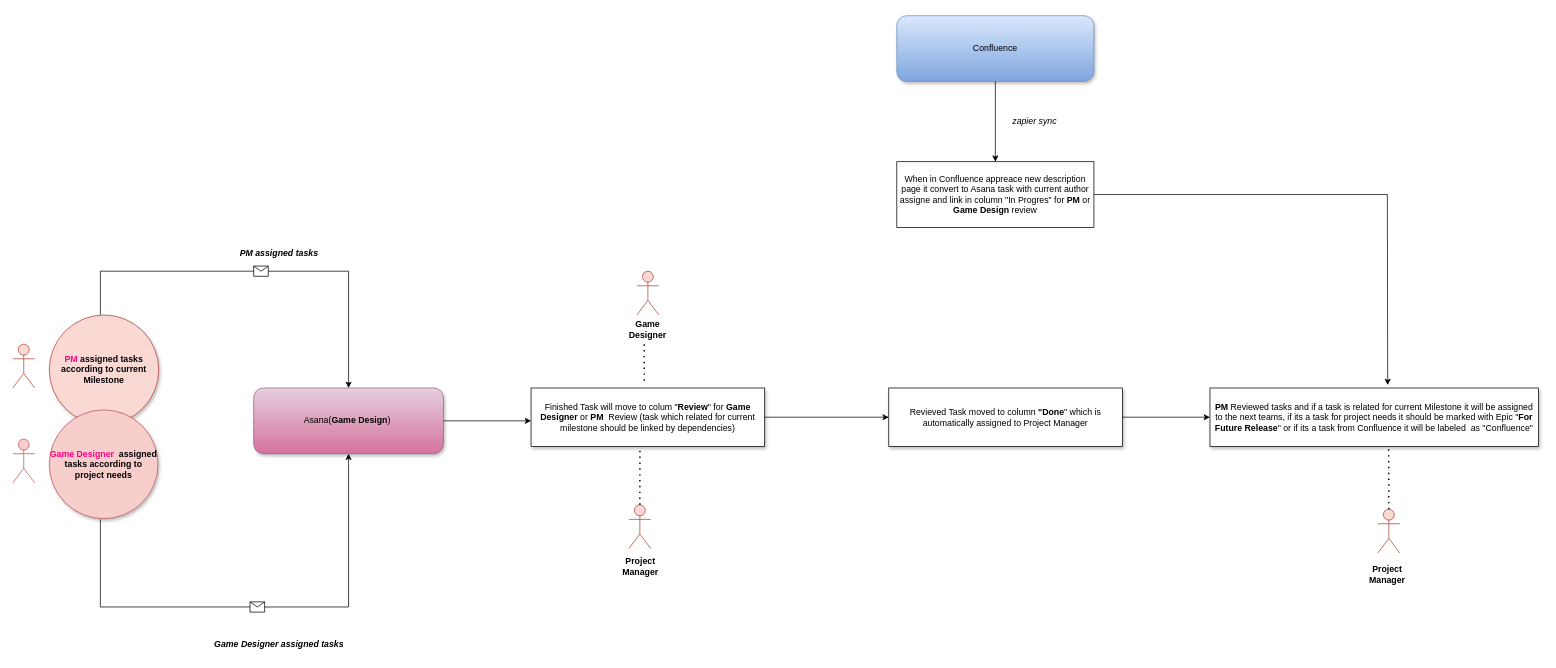
Before: Translation board Diagram.drawio in annastazi09/blog, a draw.io diagram. Source tidied: cells renumbered, new cells numbered last; positions are measured from the earlier drawing's top-left corner, leaving out a move shared by most shapes. Both pictures are drawn from the tidied source at 73%, with x=0, y=0 at pixel (12, 15).
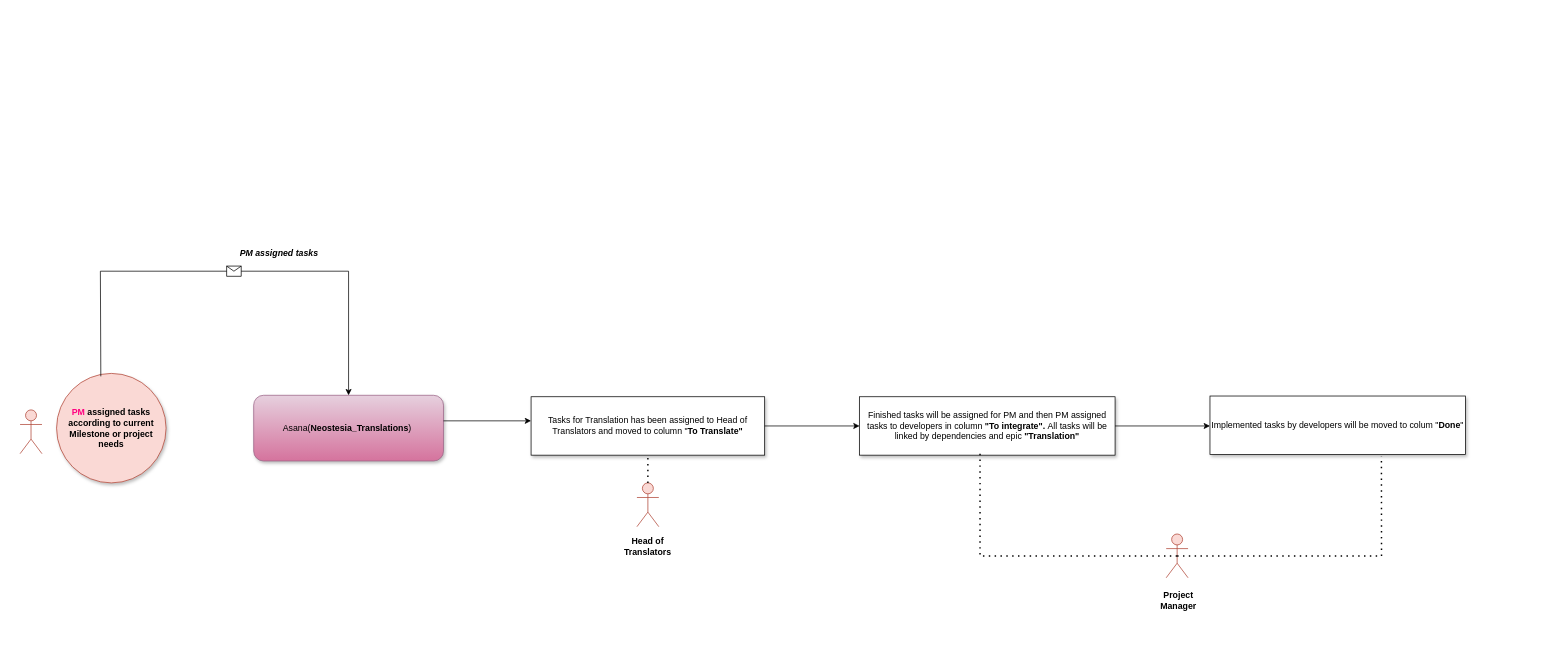
The same page after the edit.

The edit, as a diff of the source:
```diff
@@
-    <mxCell id="2" value="Asana(&lt;b&gt;Game Design&lt;/b&gt;)&amp;nbsp;" style="rounded=1;whiteSpace=wrap;html=1;fillColor=#e6d0de;strokeColor=#996185;shadow=1;gradientColor=#d5739d;" parent="1" vertex="1">
-      <mxGeometry x="330" y="510" width="260" height="90" as="geometry" />
+    <mxCell id="2" value="Asana(&lt;b&gt;Neostesia_Translations&lt;/b&gt;)&amp;nbsp;" style="rounded=1;whiteSpace=wrap;html=1;fillColor=#e6d0de;strokeColor=#996185;shadow=1;gradientColor=#d5739d;" parent="1" vertex="1">
+      <mxGeometry x="330" y="520" width="260" height="90" as="geometry" />
     </mxCell>
-    <mxCell id="3" value="&lt;b&gt;&lt;font color=&quot;#ff0080&quot;&gt;PM&lt;/font&gt; assigned tasks according to current Milestone&lt;/b&gt;" style="ellipse;whiteSpace=wrap;html=1;fillColor=#fad9d5;strokeColor=#ae4132;shadow=1;" parent="1" vertex="1">
-      <mxGeometry x="50" y="410" width="150" height="150" as="geometry" />
+    <mxCell id="3" value="&lt;b&gt;&lt;font color=&quot;#ff0080&quot;&gt;PM&lt;/font&gt; assigned tasks according to current Milestone or project needs&lt;/b&gt;" style="ellipse;whiteSpace=wrap;html=1;fillColor=#fad9d5;strokeColor=#ae4132;shadow=1;" parent="1" vertex="1">
+      <mxGeometry x="60" y="490" width="150" height="150" as="geometry" />
     </mxCell>
-    <mxCell id="4" value="&lt;b&gt;&lt;font color=&quot;#ff0080&quot;&gt;Game Designer&amp;nbsp;&lt;/font&gt; assigned tasks according to project needs&lt;br&gt;&lt;/b&gt;" style="ellipse;whiteSpace=wrap;html=1;fillColor=#f8cecc;strokeColor=#b85450;shadow=1;" parent="1" vertex="1">
-      <mxGeometry x="50" y="540" width="149" height="149" as="geometry" />
-    </mxCell>
     <mxCell id="5" value="Actor" style="shape=umlActor;verticalLabelPosition=bottom;verticalAlign=top;html=1;noLabel=1;fillColor=#fad9d5;strokeColor=#ae4132;" parent="1" vertex="1">
-      <mxGeometry y="450" width="30" height="60" as="geometry" />
+      <mxGeometry x="10" y="540" width="30" height="60" as="geometry" />
     </mxCell>
-    <mxCell id="6" style="endArrow=classic;html=1;rounded=0;entryX=0.5;entryY=0;entryDx=0;entryDy=0;" parent="1" edge="1" target="2">
+    <mxCell id="6" style="endArrow=classic;html=1;rounded=0;entryX=0.5;entryY=0;entryDx=0;entryDy=0;exitX=0.404;exitY=0.027;exitDx=0;exitDy=0;exitPerimeter=0;" parent="1" edge="1" source="3" target="2">
       <mxGeometry relative="1" as="geometry">
-        <mxPoint x="120" y="410" as="sourcePoint" />
         <Array as="points">
           <mxPoint x="120" y="350" />
           <mxPoint x="460" y="350" />
         </Array>
       </mxGeometry>
     </mxCell>
@@
-    <mxCell id="8" value="Actor" style="shape=umlActor;verticalLabelPosition=bottom;verticalAlign=top;html=1;noLabel=1;fillColor=#f8cecc;strokeColor=#b85450;" parent="1" vertex="1">
-      <mxGeometry y="580" width="30" height="60" as="geometry" />
-    </mxCell>
-    <mxCell id="9" value="Finished Task will move to colum &quot;&lt;b&gt;Review&lt;/b&gt;&quot; for &lt;b&gt;Game Designer &lt;/b&gt;or &lt;b&gt;PM&amp;nbsp;&amp;nbsp;&lt;/b&gt;Review (task which related for current milestone should be linked by dependencies)" style="rounded=0;whiteSpace=wrap;html=1;shadow=1;" parent="1" vertex="1">
-      <mxGeometry x="710" y="510" width="320" height="80" as="geometry" />
+    <mxCell id="9" value="Tasks for Translation has been assigned to Head of Translators and moved to column &quot;&lt;b&gt;To Translate&quot;&lt;/b&gt;" style="rounded=0;whiteSpace=wrap;html=1;shadow=1;" parent="1" vertex="1">
+      <mxGeometry x="710" y="522" width="320" height="80" as="geometry" />
     </mxCell>
-    <mxCell id="10" value="Revieved Task moved to column &lt;b&gt;&quot;Done&lt;/b&gt;&quot; which is automatically assigned to Project Manager" style="rounded=0;whiteSpace=wrap;html=1;shadow=1;" parent="1" vertex="1">
-      <mxGeometry x="1200" y="510" width="320" height="80" as="geometry" />
-    </mxCell>
-    <mxCell id="11" value="&lt;b&gt;PM &lt;/b&gt;Reviewed tasks and if a task is related for current Milestone it will be assigned to the next teams, if its a task for project needs it should be marked with Epic &quot;&lt;b&gt;For Future Release&lt;/b&gt;&quot; or if its a task from Confluence it will be labeled&amp;nbsp; as &quot;Confluence&quot;" style="rounded=0;whiteSpace=wrap;html=1;shadow=1;" parent="1" vertex="1">
-      <mxGeometry x="1640" y="510" width="450" height="80" as="geometry" />
-    </mxCell>
-    <mxCell id="12" style="endArrow=classic;html=1;rounded=0;exitX=1;exitY=0.5;exitDx=0;exitDy=0;entryX=0;entryY=0.5;entryDx=0;entryDy=0;" parent="1" edge="1" source="9" target="10">
-      <mxGeometry relative="1" as="geometry" />
-    </mxCell>
@@
-    <mxCell id="14" style="endArrow=classic;html=1;rounded=0;exitX=1;exitY=0.5;exitDx=0;exitDy=0;" parent="1" edge="1" source="10" target="11">
-      <mxGeometry relative="1" as="geometry" />
-    </mxCell>
-    <mxCell id="15" style="endArrow=classic;html=1;rounded=0;entryX=0.5;entryY=1;entryDx=0;entryDy=0;" parent="1" edge="1" target="2">
-      <mxGeometry relative="1" as="geometry">
-        <mxPoint x="120" y="690" as="sourcePoint" />
-        <Array as="points">
-          <mxPoint x="120" y="810" />
-          <mxPoint x="460" y="810" />
-        </Array>
-      </mxGeometry>
-    </mxCell>
-    <mxCell id="16" style="shape=message;html=1;" parent="15" vertex="1">
-      <mxGeometry width="20" height="14" relative="1" as="geometry">
-        <mxPoint x="-10" y="-7" as="offset" />
-      </mxGeometry>
-    </mxCell>
-    <mxCell id="17" value="&lt;i&gt;&lt;b&gt;Game Designer assigned tasks&lt;/b&gt;&lt;/i&gt;" style="text;html=1;strokeColor=none;fillColor=none;align=center;verticalAlign=middle;whiteSpace=wrap;rounded=0;" parent="1" vertex="1">
-      <mxGeometry x="270" y="846" width="190" height="30" as="geometry" />
-    </mxCell>
@@
-    <mxCell id="19" value="Actor" style="shape=umlActor;verticalLabelPosition=bottom;verticalAlign=top;html=1;noLabel=1;fillColor=#fad9d5;strokeColor=#ae4132;" parent="1" vertex="1">
-      <mxGeometry x="855" y="350" width="30" height="60" as="geometry" />
-    </mxCell>
     <mxCell id="20" value="Actor" style="shape=umlActor;verticalLabelPosition=bottom;verticalAlign=top;html=1;outlineConnect=0;noLabel=1;fillColor=#fad9d5;strokeColor=#ae4132;" parent="1" vertex="1">
-      <mxGeometry x="844" y="670" width="30" height="60" as="geometry" />
+      <mxGeometry x="855" y="640" width="30" height="60" as="geometry" />
     </mxCell>
-    <mxCell id="21" style="endArrow=none;dashed=1;html=1;dashPattern=1 3;strokeWidth=2;rounded=0;" parent="1" edge="1">
-      <mxGeometry relative="1" as="geometry">
-        <mxPoint x="865" y="450" as="sourcePoint" />
-        <mxPoint x="865" y="500" as="targetPoint" />
-      </mxGeometry>
-    </mxCell>
+    <mxCell id="23" value="&lt;b&gt;Head of Translators&lt;/b&gt;" style="text;html=1;strokeColor=none;fillColor=none;align=center;verticalAlign=middle;whiteSpace=wrap;rounded=0;" parent="1" vertex="1">
+      <mxGeometry x="840" y="712" width="60" height="30" as="geometry" />
+    </mxCell>
-    <mxCell id="22" style="endArrow=none;dashed=1;html=1;dashPattern=1 3;strokeWidth=2;rounded=0;exitX=0.5;exitY=0;exitDx=0;exitDy=0;exitPerimeter=0;entryX=0.466;entryY=1;entryDx=0;entryDy=0;entryPerimeter=0;" parent="1" edge="1" source="20" target="9">
+    <mxCell id="22" style="endArrow=none;dashed=1;html=1;dashPattern=1 3;strokeWidth=2;rounded=0;exitX=0.5;exitY=0;exitDx=0;exitDy=0;exitPerimeter=0;entryX=0.5;entryY=1;entryDx=0;entryDy=0;" parent="1" edge="1" source="20" target="9">
       <mxGeometry relative="1" as="geometry" />
     </mxCell>
-    <mxCell id="23" value="&lt;b&gt;Project Manager&lt;/b&gt;" style="text;html=1;strokeColor=none;fillColor=none;align=center;verticalAlign=middle;whiteSpace=wrap;rounded=0;" parent="1" vertex="1">
-      <mxGeometry x="830" y="740" width="60" height="30" as="geometry" />
-    </mxCell>
-    <mxCell id="24" value="&lt;b&gt;Game Designer&lt;/b&gt;" style="text;html=1;strokeColor=none;fillColor=none;align=center;verticalAlign=middle;whiteSpace=wrap;rounded=0;" parent="1" vertex="1">
-      <mxGeometry x="840" y="415" width="60" height="30" as="geometry" />
-    </mxCell>
-    <mxCell id="25" value="Confluence" style="rounded=1;whiteSpace=wrap;html=1;fillColor=#dae8fc;strokeColor=#6c8ebf;shadow=1;gradientColor=#7ea6e0;" parent="1" vertex="1">
-      <mxGeometry x="1211" width="270" height="90" as="geometry" />
-    </mxCell>
-    <mxCell id="26" value="When in Confluence appreace new description page it convert to Asana task with current author assigne and link in column &quot;In Progres&quot; for &lt;b&gt;PM &lt;/b&gt;or &lt;b&gt;Game Design&lt;/b&gt; review" style="rounded=0;whiteSpace=wrap;html=1;" parent="1" vertex="1">
-      <mxGeometry x="1211" y="200" width="270" height="90" as="geometry" />
-    </mxCell>
-    <mxCell id="27" style="endArrow=classic;html=1;rounded=0;exitX=0.5;exitY=1;exitDx=0;exitDy=0;entryX=0.5;entryY=0;entryDx=0;entryDy=0;" parent="1" edge="1" source="25" target="26">
-      <mxGeometry relative="1" as="geometry" />
-    </mxCell>
-    <mxCell id="28" value="Actor" style="shape=umlActor;verticalLabelPosition=bottom;verticalAlign=top;html=1;outlineConnect=0;noLabel=1;fillColor=#fad9d5;strokeColor=#ae4132;" parent="1" vertex="1">
-      <mxGeometry x="1870" y="676" width="30" height="60" as="geometry" />
-    </mxCell>
-    <mxCell id="29" style="endArrow=classic;html=1;rounded=0;exitX=1;exitY=0.5;exitDx=0;exitDy=0;entryX=0.541;entryY=-0.05;entryDx=0;entryDy=0;entryPerimeter=0;" parent="1" edge="1" source="26" target="11">
-      <mxGeometry relative="1" as="geometry">
-        <Array as="points">
-          <mxPoint x="1883" y="245" />
-        </Array>
-      </mxGeometry>
-    </mxCell>
+    <mxCell id="33" value="Finished tasks will be assigned for PM and then PM assigned tasks to developers in column&lt;b&gt; &quot;To integrate&quot;. &lt;/b&gt;All tasks will be linked by dependencies and epic &lt;b&gt;&quot;Translation&quot;&lt;/b&gt;" style="rounded=0;whiteSpace=wrap;html=1;shadow=1;" parent="1" vertex="1">
+      <mxGeometry x="1160" y="522" width="350" height="80" as="geometry" />
+    </mxCell>
+    <mxCell id="34" value="Actor" style="shape=umlActor;verticalLabelPosition=bottom;verticalAlign=top;html=1;outlineConnect=0;noLabel=1;fillColor=#fad9d5;strokeColor=#ae4132;" parent="1" vertex="1">
+      <mxGeometry x="1580" y="710" width="30" height="60" as="geometry" />
+    </mxCell>
     <mxCell id="30" value="&lt;b&gt;Project Manager&lt;/b&gt;" style="text;html=1;strokeColor=none;fillColor=none;align=center;verticalAlign=middle;whiteSpace=wrap;rounded=0;" parent="1" vertex="1">
-      <mxGeometry x="1853" y="750" width="60" height="30" as="geometry" />
+      <mxGeometry x="1567" y="786" width="60" height="30" as="geometry" />
     </mxCell>
-    <mxCell id="31" style="endArrow=none;dashed=1;html=1;dashPattern=1 3;strokeWidth=2;rounded=0;exitX=0.5;exitY=0;exitDx=0;exitDy=0;exitPerimeter=0;entryX=0.544;entryY=1.05;entryDx=0;entryDy=0;entryPerimeter=0;" parent="1" edge="1" source="28" target="11">
-      <mxGeometry relative="1" as="geometry" />
-    </mxCell>
-    <mxCell id="32" value="&lt;i&gt;zapier sync&lt;/i&gt;" style="text;html=1;strokeColor=none;fillColor=none;align=center;verticalAlign=middle;whiteSpace=wrap;rounded=0;" parent="1" vertex="1">
-      <mxGeometry x="1360" y="130" width="80" height="30" as="geometry" />
-    </mxCell>
+    <mxCell id="35" style="endArrow=none;dashed=1;html=1;dashPattern=1 3;strokeWidth=2;rounded=0;exitX=0.5;exitY=0.5;exitDx=0;exitDy=0;exitPerimeter=0;" parent="1" edge="1" source="34">
+      <mxGeometry relative="1" as="geometry">
+        <mxPoint x="1325" y="600" as="targetPoint" />
+        <Array as="points">
+          <mxPoint x="1325" y="740" />
+        </Array>
+      </mxGeometry>
+    </mxCell>
+    <mxCell id="36" style="endArrow=classic;html=1;rounded=0;exitX=1;exitY=0.5;exitDx=0;exitDy=0;entryX=0;entryY=0.5;entryDx=0;entryDy=0;" parent="1" edge="1" source="9" target="33">
+      <mxGeometry relative="1" as="geometry" />
+    </mxCell>
+    <mxCell id="37" style="endArrow=classic;html=1;rounded=0;exitX=1;exitY=0.5;exitDx=0;exitDy=0;" parent="1" edge="1" source="33">
+      <mxGeometry relative="1" as="geometry">
+        <mxPoint x="1640" y="562" as="targetPoint" />
+      </mxGeometry>
+    </mxCell>
+    <mxCell id="38" value="Implemented tasks by developers will be moved to colum &quot;&lt;b&gt;Done&lt;/b&gt;&quot;" style="rounded=0;whiteSpace=wrap;html=1;shadow=1;" parent="1" vertex="1">
+      <mxGeometry x="1640" y="521" width="350" height="80" as="geometry" />
+    </mxCell>
+    <mxCell id="39" style="endArrow=none;dashed=1;html=1;dashPattern=1 3;strokeWidth=2;rounded=0;exitX=0.5;exitY=0.5;exitDx=0;exitDy=0;exitPerimeter=0;entryX=0.671;entryY=1.033;entryDx=0;entryDy=0;entryPerimeter=0;" parent="1" edge="1" source="34" target="38">
+      <mxGeometry relative="1" as="geometry">
+        <Array as="points">
+          <mxPoint x="1875" y="740" />
+        </Array>
+      </mxGeometry>
+    </mxCell>
```
